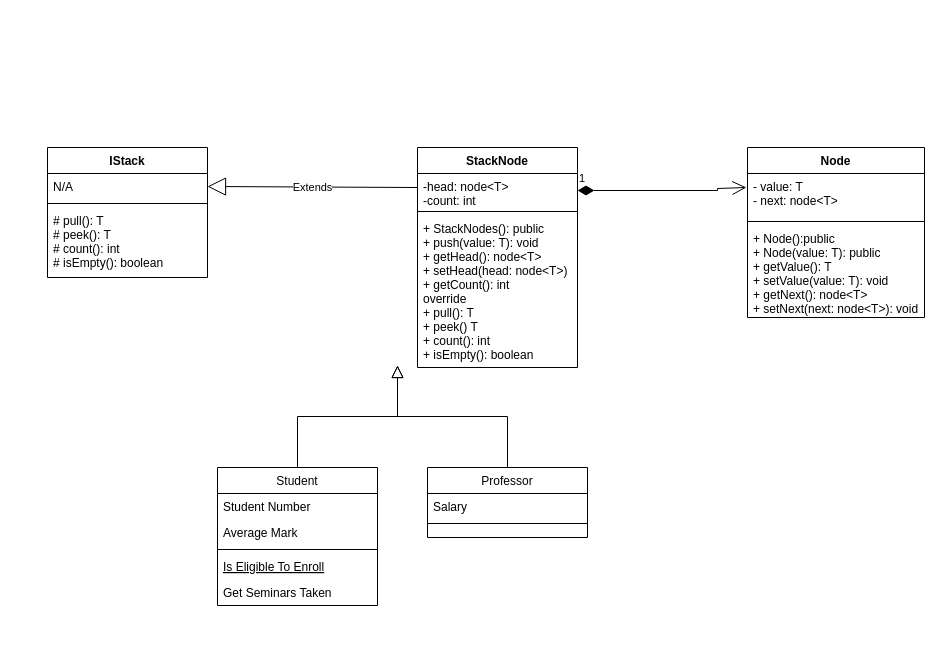
Before: Untitled Diagram.drawio in DiggsPapu/HDT4, a draw.io diagram. Source tidied: cells renumbered, new cells numbered last; positions are measured from the earlier drawing's top-left corner, leaving out a move shared by most shapes. Both pictures are drawn from the tidied source at 100%, with x=0, y=0 at pixel (47, 147).
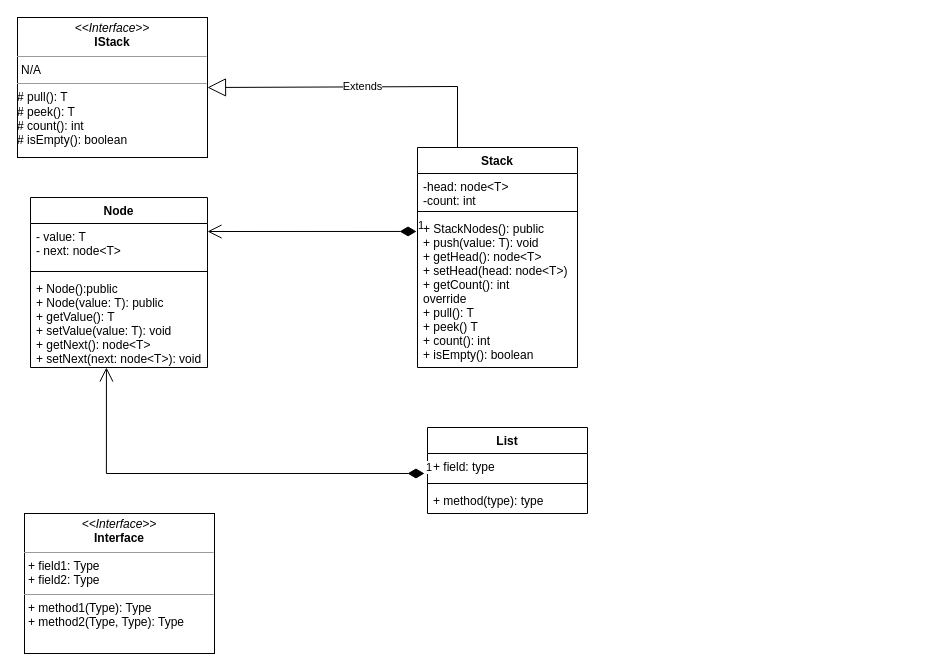
After the change.

Unchanged cells that the change refers to:
```xml
<mxCell id="18" value="-head: node&lt;T&gt;&#10;-count: int" style="text;strokeColor=none;fillColor=none;align=left;verticalAlign=top;spacingLeft=4;spacingRight=4;overflow=hidden;points=[[0,0.5],[1,0.5]];portConstraint=eastwest;" parent="17" vertex="1">
  <mxGeometry y="26" width="160" height="34" as="geometry" />
</mxCell>
<mxCell id="20" value="+ StackNodes(): public&#10;+ push(value: T): void&#10;+ getHead(): node&lt;T&gt;&#10;+ setHead(head: node&lt;T&gt;)&#10;+ getCount(): int&#10;override&#10;+ pull(): T&#10;+ peek() T&#10;+ count(): int&#10;+ isEmpty(): boolean" style="text;strokeColor=none;fillColor=none;align=left;verticalAlign=top;spacingLeft=4;spacingRight=4;overflow=hidden;points=[[0,0.5],[1,0.5]];portConstraint=eastwest;" parent="17" vertex="1">
  <mxGeometry y="68" width="160" height="152" as="geometry" />
</mxCell>
<mxCell id="23" value="- value: T&#10;- next: node&lt;T&gt;" style="text;strokeColor=none;fillColor=none;align=left;verticalAlign=top;spacingLeft=4;spacingRight=4;overflow=hidden;points=[[0,0.5],[1,0.5]];portConstraint=eastwest;" parent="22" vertex="1">
  <mxGeometry y="26" width="177" height="44" as="geometry" />
</mxCell>
<mxCell id="25" value="+ Node():public&#10;+ Node(value: T): public&#10;+ getValue(): T&#10;+ setValue(value: T): void&#10;+ getNext(): node&lt;T&gt;&#10;+ setNext(next: node&lt;T&gt;): void" style="text;strokeColor=none;fillColor=none;align=left;verticalAlign=top;spacingLeft=4;spacingRight=4;overflow=hidden;points=[[0,0.5],[1,0.5]];portConstraint=eastwest;" parent="22" vertex="1">
  <mxGeometry y="78" width="177" height="92" as="geometry" />
</mxCell>
```

Diff of the diagram source:
```diff
@@
-    <mxCell id="2" value="Student" style="swimlane;fontStyle=0;align=center;verticalAlign=top;horizontal=1;startSize=26;rounded=0;shadow=0;strokeWidth=1;" parent="1" vertex="1">
-      <mxGeometry x="170" y="320" width="160" height="138" as="geometry" />
-    </mxCell>
-    <mxCell id="3" value="Student Number" style="text;align=left;verticalAlign=top;spacingLeft=4;spacingRight=4;overflow=hidden;" parent="2" vertex="1">
-      <mxGeometry y="26" width="160" height="26" as="geometry" />
-    </mxCell>
-    <mxCell id="4" value="Average Mark" style="text;align=left;verticalAlign=top;spacingLeft=4;spacingRight=4;overflow=hidden;rounded=0;shadow=0;html=0;" parent="2" vertex="1">
-      <mxGeometry y="52" width="160" height="26" as="geometry" />
-    </mxCell>
-    <mxCell id="5" style="line;html=1;strokeWidth=1;align=left;verticalAlign=middle;spacingTop=-1;spacingLeft=3;spacingRight=3;labelPosition=right;" parent="2" vertex="1">
-      <mxGeometry y="78" width="160" height="8" as="geometry" />
-    </mxCell>
-    <mxCell id="6" value="Is Eligible To Enroll" style="text;align=left;verticalAlign=top;spacingLeft=4;spacingRight=4;overflow=hidden;fontStyle=4;" parent="2" vertex="1">
-      <mxGeometry y="86" width="160" height="26" as="geometry" />
-    </mxCell>
-    <mxCell id="7" value="Get Seminars Taken" style="text;align=left;verticalAlign=top;spacingLeft=4;spacingRight=4;overflow=hidden;" parent="2" vertex="1">
-      <mxGeometry y="112" width="160" height="26" as="geometry" />
-    </mxCell>
-    <mxCell id="8" style="endArrow=block;endSize=10;endFill=0;shadow=0;strokeWidth=1;rounded=0;edgeStyle=elbowEdgeStyle;elbow=vertical;" parent="1" edge="1" source="2">
-      <mxGeometry relative="1" as="geometry">
-        <mxPoint x="350" y="218" as="targetPoint" />
-      </mxGeometry>
-    </mxCell>
-    <mxCell id="9" value="Professor" style="swimlane;fontStyle=0;align=center;verticalAlign=top;horizontal=1;startSize=26;rounded=0;shadow=0;strokeWidth=1;" parent="1" vertex="1">
-      <mxGeometry x="380" y="320" width="160" height="70" as="geometry" />
-    </mxCell>
-    <mxCell id="10" value="Salary" style="text;align=left;verticalAlign=top;spacingLeft=4;spacingRight=4;overflow=hidden;" parent="9" vertex="1">
-      <mxGeometry y="26" width="160" height="26" as="geometry" />
-    </mxCell>
-    <mxCell id="11" style="line;html=1;strokeWidth=1;align=left;verticalAlign=middle;spacingTop=-1;spacingLeft=3;spacingRight=3;labelPosition=right;" parent="9" vertex="1">
-      <mxGeometry y="52" width="160" height="8" as="geometry" />
-    </mxCell>
-    <mxCell id="12" style="endArrow=block;endSize=10;endFill=0;shadow=0;strokeWidth=1;rounded=0;edgeStyle=elbowEdgeStyle;elbow=vertical;" parent="1" edge="1" source="9">
-      <mxGeometry relative="1" as="geometry">
-        <mxPoint x="350" y="218" as="targetPoint" />
-      </mxGeometry>
-    </mxCell>
-    <mxCell id="13" value="IStack" style="swimlane;fontStyle=1;align=center;verticalAlign=top;horizontal=1;startSize=26;" parent="1" vertex="1">
-      <mxGeometry width="160" height="130" as="geometry" />
-    </mxCell>
-    <mxCell id="14" value="N/A" style="text;strokeColor=none;fillColor=none;align=left;verticalAlign=top;spacingLeft=4;spacingRight=4;overflow=hidden;points=[[0,0.5],[1,0.5]];portConstraint=eastwest;" parent="13" vertex="1">
-      <mxGeometry y="26" width="160" height="26" as="geometry" />
-    </mxCell>
-    <mxCell id="15" style="line;strokeWidth=1;fillColor=none;align=left;verticalAlign=middle;spacingTop=-1;spacingLeft=3;spacingRight=3;labelPosition=right;" parent="13" vertex="1">
-      <mxGeometry y="52" width="160" height="8" as="geometry" />
-    </mxCell>
-    <mxCell id="16" value="# pull(): T&#10;# peek(): T&#10;# count(): int&#10;# isEmpty(): boolean " style="text;strokeColor=none;fillColor=none;align=left;verticalAlign=top;spacingLeft=4;spacingRight=4;overflow=hidden;" parent="13" vertex="1">
-      <mxGeometry y="60" width="160" height="70" as="geometry" />
-    </mxCell>
-    <mxCell id="17" value="StackNode" style="swimlane;fontStyle=1;align=center;verticalAlign=top;horizontal=1;startSize=26;" parent="1" vertex="1">
+    <mxCell id="17" value="Stack" style="swimlane;fontStyle=1;align=center;verticalAlign=top;horizontal=1;startSize=26;" parent="1" vertex="1">
       <mxGeometry x="370" width="160" height="220" as="geometry" />
     </mxCell>
@@
-    <mxCell id="21" value="Extends" style="endArrow=block;endSize=16;endFill=0;html=1;rounded=0;entryX=1;entryY=0.5;entryDx=0;entryDy=0;" parent="1" edge="1" target="14">
+    <mxCell id="21" value="Extends" style="endArrow=block;endSize=16;endFill=0;html=1;rounded=0;entryX=1;entryY=0.5;entryDx=0;entryDy=0;exitX=0.25;exitY=0;exitDx=0;exitDy=0;" parent="1" edge="1" source="17" target="32">
       <mxGeometry relative="1" as="geometry">
-        <mxPoint x="370" y="40" as="sourcePoint" />
+        <Array as="points">
+          <mxPoint x="410" y="-61" />
+        </Array>
       </mxGeometry>
     </mxCell>
     <mxCell id="22" value="Node" style="swimlane;fontStyle=1;align=center;verticalAlign=top;horizontal=1;startSize=26;" parent="1" vertex="1">
-      <mxGeometry x="700" width="177" height="170" as="geometry" />
+      <mxGeometry x="-17" y="50" width="177" height="170" as="geometry" />
     </mxCell>
@@
-    <mxCell id="26" value="1" style="endArrow=open;html=1;endSize=12;startArrow=diamondThin;startSize=14;startFill=1;edgeStyle=orthogonalEdgeStyle;align=left;verticalAlign=bottom;rounded=0;exitX=1;exitY=0.5;exitDx=0;exitDy=0;entryX=-0.006;entryY=0.318;entryDx=0;entryDy=0;entryPerimeter=0;" parent="1" edge="1" source="18" target="23">
-      <mxGeometry x="-1" y="3" relative="1" as="geometry">
-        <Array as="points">
-          <mxPoint x="670" y="43" />
-          <mxPoint x="670" y="41" />
-        </Array>
-      </mxGeometry>
-    </mxCell>
+    <mxCell id="27" value="List" style="swimlane;fontStyle=1;align=center;verticalAlign=top;horizontal=1;startSize=26;" parent="1" vertex="1">
+      <mxGeometry x="380" y="280" width="160" height="86" as="geometry" />
+    </mxCell>
+    <mxCell id="28" value="+ field: type" style="text;strokeColor=none;fillColor=none;align=left;verticalAlign=top;spacingLeft=4;spacingRight=4;overflow=hidden;points=[[0,0.5],[1,0.5]];portConstraint=eastwest;" parent="27" vertex="1">
+      <mxGeometry y="26" width="160" height="26" as="geometry" />
+    </mxCell>
+    <mxCell id="15" style="line;strokeWidth=1;fillColor=none;align=left;verticalAlign=middle;spacingTop=-1;spacingLeft=3;spacingRight=3;labelPosition=right;" parent="27" vertex="1">
+      <mxGeometry y="52" width="160" height="8" as="geometry" />
+    </mxCell>
+    <mxCell id="29" value="+ method(type): type" style="text;strokeColor=none;fillColor=none;align=left;verticalAlign=top;spacingLeft=4;spacingRight=4;overflow=hidden;" parent="27" vertex="1">
+      <mxGeometry y="60" width="160" height="26" as="geometry" />
+    </mxCell>
+    <mxCell id="30" value="1" style="endArrow=open;html=1;endSize=12;startArrow=diamondThin;startSize=14;startFill=1;edgeStyle=orthogonalEdgeStyle;align=left;verticalAlign=bottom;rounded=0;exitX=-0.006;exitY=0.105;exitDx=0;exitDy=0;exitPerimeter=0;entryX=1;entryY=0.182;entryDx=0;entryDy=0;entryPerimeter=0;" parent="1" edge="1" source="20" target="23">
+      <mxGeometry x="-1" y="3" relative="1" as="geometry" />
+    </mxCell>
+    <mxCell id="31" value="1" style="endArrow=open;html=1;endSize=12;startArrow=diamondThin;startSize=14;startFill=1;edgeStyle=orthogonalEdgeStyle;align=left;verticalAlign=bottom;rounded=0;exitX=-0.019;exitY=0.769;exitDx=0;exitDy=0;exitPerimeter=0;entryX=0.429;entryY=1;entryDx=0;entryDy=0;entryPerimeter=0;" parent="1" edge="1" source="28" target="25">
+      <mxGeometry x="-1" y="3" relative="1" as="geometry" />
+    </mxCell>
+    <mxCell id="32" value="&lt;p style=&quot;margin: 0px ; margin-top: 4px ; text-align: center&quot;&gt;&lt;i&gt;&amp;lt;&amp;lt;Interface&amp;gt;&amp;gt;&lt;/i&gt;&lt;br&gt;&lt;b&gt;IStack&lt;/b&gt;&lt;/p&gt;&lt;hr size=&quot;1&quot;&gt;&lt;p style=&quot;margin: 0px ; margin-left: 4px&quot;&gt;N/A&lt;/p&gt;&lt;hr size=&quot;1&quot;&gt;&lt;p style=&quot;margin: 0px ; margin-left: 4px&quot;&gt;&lt;/p&gt;# pull(): T&lt;br style=&quot;padding: 0px ; margin: 0px&quot;&gt;# peek(): T&lt;br style=&quot;padding: 0px ; margin: 0px&quot;&gt;# count(): int&lt;br style=&quot;padding: 0px ; margin: 0px&quot;&gt;# isEmpty(): boolean&amp;nbsp;" style="verticalAlign=top;align=left;overflow=fill;fontSize=12;fontFamily=Helvetica;html=1;" parent="1" vertex="1">
+      <mxGeometry x="-30" y="-130" width="190" height="140" as="geometry" />
+    </mxCell>
+    <mxCell id="33" value="&lt;p style=&quot;margin:0px;margin-top:4px;text-align:center;&quot;&gt;&lt;i&gt;&amp;lt;&amp;lt;Interface&amp;gt;&amp;gt;&lt;/i&gt;&lt;br/&gt;&lt;b&gt;Interface&lt;/b&gt;&lt;/p&gt;&lt;hr size=&quot;1&quot;/&gt;&lt;p style=&quot;margin:0px;margin-left:4px;&quot;&gt;+ field1: Type&lt;br/&gt;+ field2: Type&lt;/p&gt;&lt;hr size=&quot;1&quot;/&gt;&lt;p style=&quot;margin:0px;margin-left:4px;&quot;&gt;+ method1(Type): Type&lt;br/&gt;+ method2(Type, Type): Type&lt;/p&gt;" style="verticalAlign=top;align=left;overflow=fill;fontSize=12;fontFamily=Helvetica;html=1;" parent="1" vertex="1">
+      <mxGeometry x="-23" y="366" width="190" height="140" as="geometry" />
+    </mxCell>
```
